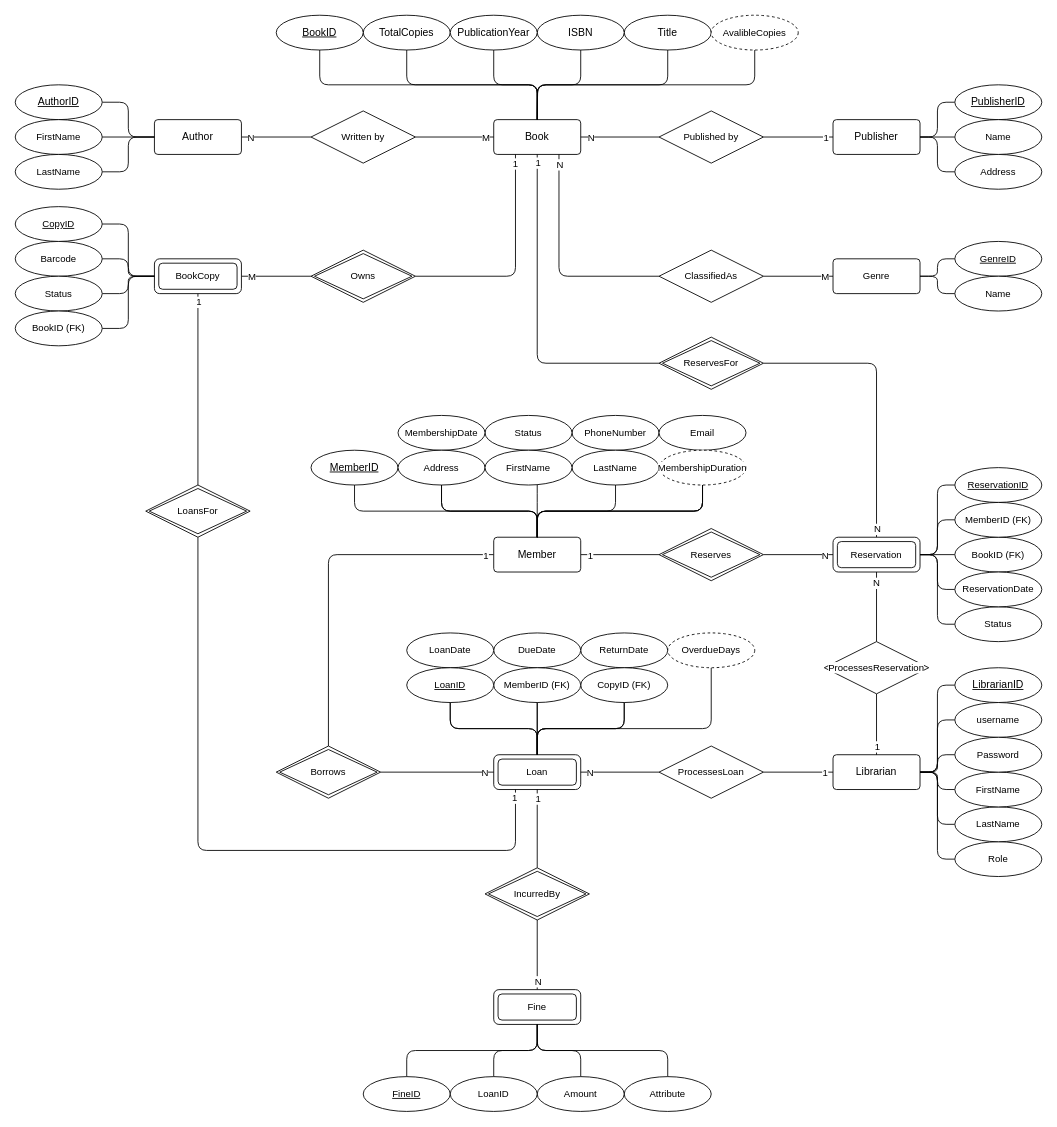
The draw.io diagram Library_ERD.drawio in smallpax/City_Library_DB, before the edit. Source tidied: cells renumbered, new cells numbered last; positions are measured from the earlier drawing's top-left corner, leaving out a move shared by most shapes. Both pictures are drawn from the tidied source at 87%, with x=0, y=0 at pixel (15, 15).
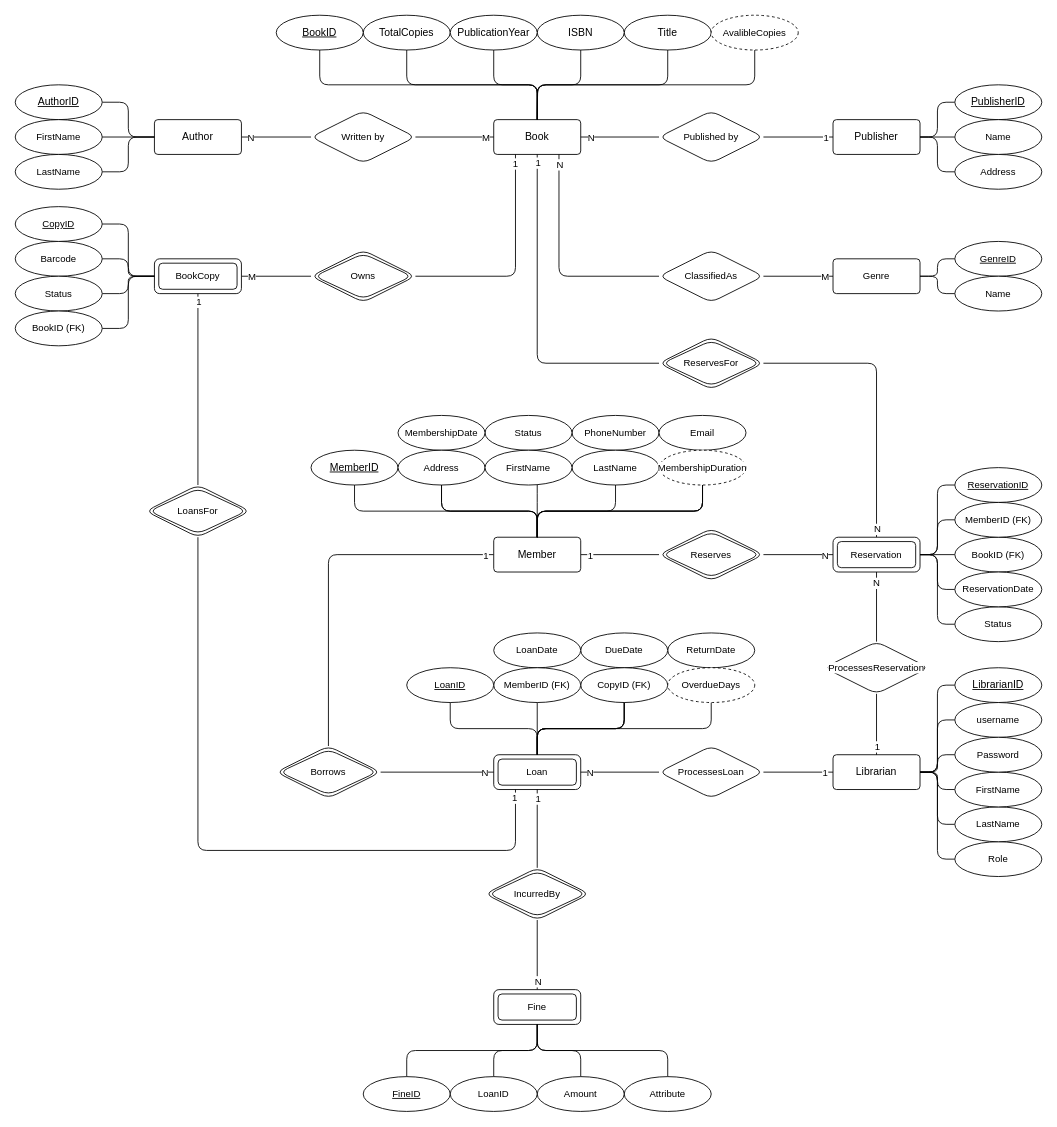
After the change.

The change refers to these unchanged cells:
```xml
<mxCell id="97" value="Loan" style="shape=ext;margin=3;double=1;whiteSpace=wrap;html=1;align=center;fontFamily=Helvetica;fontSize=11;fontColor=default;labelBackgroundColor=default;rounded=1;" parent="1" vertex="1">
  <mxGeometry x="550" y="850" width="100" height="40" as="geometry" />
</mxCell>
```

Diff of the diagram source:
```diff
@@
-    <mxCell id="63" value="Published by" style="shape=rhombus;perimeter=rhombusPerimeter;whiteSpace=wrap;html=1;align=center;fontFamily=Helvetica;fontSize=11;fontColor=default;labelBackgroundColor=default;" parent="1" vertex="1">
+    <mxCell id="63" value="Published by" style="shape=rhombus;perimeter=rhombusPerimeter;whiteSpace=wrap;html=1;align=center;fontFamily=Helvetica;fontSize=11;fontColor=default;labelBackgroundColor=default;rounded=1;" parent="1" vertex="1">
       <mxGeometry x="740" y="110" width="120" height="60" as="geometry" />
     </mxCell>
@@
-    <mxCell id="66" value="Written by" style="shape=rhombus;perimeter=rhombusPerimeter;whiteSpace=wrap;html=1;align=center;fontFamily=Helvetica;fontSize=11;fontColor=default;labelBackgroundColor=default;" parent="1" vertex="1">
+    <mxCell id="66" value="Written by" style="shape=rhombus;perimeter=rhombusPerimeter;whiteSpace=wrap;html=1;align=center;fontFamily=Helvetica;fontSize=11;fontColor=default;labelBackgroundColor=default;rounded=1;" parent="1" vertex="1">
       <mxGeometry x="340" y="110" width="120" height="60" as="geometry" />
     </mxCell>
@@
-    <mxCell id="77" value="ClassifiedAs" style="shape=rhombus;perimeter=rhombusPerimeter;whiteSpace=wrap;html=1;align=center;fontFamily=Helvetica;fontSize=11;fontColor=default;labelBackgroundColor=default;" parent="1" vertex="1">
+    <mxCell id="77" value="ClassifiedAs" style="shape=rhombus;perimeter=rhombusPerimeter;whiteSpace=wrap;html=1;align=center;fontFamily=Helvetica;fontSize=11;fontColor=default;labelBackgroundColor=default;rounded=1;" parent="1" vertex="1">
       <mxGeometry x="740" y="270" width="120" height="60" as="geometry" />
     </mxCell>
@@
-    <mxCell id="94" value="Owns" style="shape=rhombus;double=1;perimeter=rhombusPerimeter;whiteSpace=wrap;html=1;align=center;fontFamily=Helvetica;fontSize=11;fontColor=default;labelBackgroundColor=default;" parent="1" vertex="1">
+    <mxCell id="94" value="Owns" style="shape=rhombus;double=1;perimeter=rhombusPerimeter;whiteSpace=wrap;html=1;align=center;fontFamily=Helvetica;fontSize=11;fontColor=default;labelBackgroundColor=default;rounded=1;" parent="1" vertex="1">
       <mxGeometry x="340" y="270" width="120" height="60" as="geometry" />
     </mxCell>
@@
     <mxCell id="107" value="ReturnDate" style="ellipse;whiteSpace=wrap;html=1;align=center;fontFamily=Helvetica;fontSize=11;fontColor=default;labelBackgroundColor=default;" parent="1" vertex="1">
-      <mxGeometry x="650" y="710" width="100" height="40" as="geometry" />
+      <mxGeometry x="750" y="710" width="100" height="40" as="geometry" />
     </mxCell>
     <mxCell id="108" style="edgeStyle=orthogonalEdgeStyle;shape=connector;curved=0;rounded=1;html=1;entryX=0.5;entryY=0;entryDx=0;entryDy=0;strokeColor=default;align=center;verticalAlign=middle;fontFamily=Helvetica;fontSize=11;fontColor=default;labelBackgroundColor=default;endArrow=none;endFill=0;" parent="1" edge="1" source="109" target="97">
-      <mxGeometry relative="1" as="geometry" />
+      <mxGeometry relative="1" as="geometry">
+        <Array as="points">
+          <mxPoint x="700" y="820" />
+          <mxPoint x="600" y="820" />
+        </Array>
+      </mxGeometry>
     </mxCell>
     <mxCell id="109" value="DueDate" style="ellipse;whiteSpace=wrap;html=1;align=center;fontFamily=Helvetica;fontSize=11;fontColor=default;labelBackgroundColor=default;" parent="1" vertex="1">
-      <mxGeometry x="550" y="710" width="100" height="40" as="geometry" />
+      <mxGeometry x="650" y="710" width="100" height="40" as="geometry" />
     </mxCell>
-    <mxCell id="110" style="edgeStyle=orthogonalEdgeStyle;shape=connector;curved=0;rounded=1;html=1;entryX=0.5;entryY=0;entryDx=0;entryDy=0;strokeColor=default;align=center;verticalAlign=middle;fontFamily=Helvetica;fontSize=11;fontColor=default;labelBackgroundColor=default;endArrow=none;endFill=0;" parent="1" edge="1" source="111" target="97">
-      <mxGeometry relative="1" as="geometry">
-        <Array as="points">
-          <mxPoint x="500" y="820" />
-          <mxPoint x="600" y="820" />
-        </Array>
-      </mxGeometry>
-    </mxCell>
     <mxCell id="111" value="LoanDate" style="ellipse;whiteSpace=wrap;html=1;align=center;fontFamily=Helvetica;fontSize=11;fontColor=default;labelBackgroundColor=default;" parent="1" vertex="1">
-      <mxGeometry x="450" y="710" width="100" height="40" as="geometry" />
+      <mxGeometry x="550" y="710" width="100" height="40" as="geometry" />
     </mxCell>
@@
     <mxCell id="119" value="OverdueDays" style="ellipse;whiteSpace=wrap;html=1;align=center;dashed=1;fontFamily=Helvetica;fontSize=11;fontColor=default;labelBackgroundColor=default;" parent="1" vertex="1">
-      <mxGeometry x="750" y="710" width="100" height="40" as="geometry" />
+      <mxGeometry x="750" y="750" width="100" height="40" as="geometry" />
     </mxCell>
@@
-    <mxCell id="140" value="ReservesFor" style="shape=rhombus;double=1;perimeter=rhombusPerimeter;whiteSpace=wrap;html=1;align=center;fontFamily=Helvetica;fontSize=11;fontColor=default;labelBackgroundColor=default;" parent="1" vertex="1">
+    <mxCell id="140" value="ReservesFor" style="shape=rhombus;double=1;perimeter=rhombusPerimeter;whiteSpace=wrap;html=1;align=center;fontFamily=Helvetica;fontSize=11;fontColor=default;labelBackgroundColor=default;rounded=1;" parent="1" vertex="1">
       <mxGeometry x="740" y="370" width="120" height="60" as="geometry" />
     </mxCell>
@@
-    <mxCell id="145" value="ProcessesLoan" style="shape=rhombus;perimeter=rhombusPerimeter;whiteSpace=wrap;html=1;align=center;fontFamily=Helvetica;fontSize=11;fontColor=default;labelBackgroundColor=default;" parent="1" vertex="1">
+    <mxCell id="145" value="ProcessesLoan" style="shape=rhombus;perimeter=rhombusPerimeter;whiteSpace=wrap;html=1;align=center;fontFamily=Helvetica;fontSize=11;fontColor=default;labelBackgroundColor=default;rounded=1;" parent="1" vertex="1">
       <mxGeometry x="740" y="840" width="120" height="60" as="geometry" />
     </mxCell>
@@
-    <mxCell id="150" value="ProcessesReservation" style="shape=rhombus;perimeter=rhombusPerimeter;whiteSpace=wrap;html=1;align=center;fontFamily=Helvetica;fontSize=11;fontColor=default;labelBackgroundColor=default;" parent="1" vertex="1">
+    <mxCell id="150" value="ProcessesReservation" style="shape=rhombus;perimeter=rhombusPerimeter;whiteSpace=wrap;html=1;align=center;fontFamily=Helvetica;fontSize=11;fontColor=default;labelBackgroundColor=default;rounded=1;" parent="1" vertex="1">
       <mxGeometry x="930" y="720" width="120" height="60" as="geometry" />
     </mxCell>
@@
-    <mxCell id="153" value="Borrows" style="shape=rhombus;double=1;perimeter=rhombusPerimeter;whiteSpace=wrap;html=1;align=center;fontFamily=Helvetica;fontSize=11;fontColor=default;labelBackgroundColor=default;" parent="1" vertex="1">
+    <mxCell id="153" value="Borrows" style="shape=rhombus;double=1;perimeter=rhombusPerimeter;whiteSpace=wrap;html=1;align=center;fontFamily=Helvetica;fontSize=11;fontColor=default;labelBackgroundColor=default;rounded=1;" parent="1" vertex="1">
       <mxGeometry x="300" y="840" width="120" height="60" as="geometry" />
     </mxCell>
@@
-    <mxCell id="157" value="LoansFor" style="shape=rhombus;double=1;perimeter=rhombusPerimeter;whiteSpace=wrap;html=1;align=center;fontFamily=Helvetica;fontSize=11;fontColor=default;labelBackgroundColor=default;" parent="1" vertex="1">
+    <mxCell id="157" value="LoansFor" style="shape=rhombus;double=1;perimeter=rhombusPerimeter;whiteSpace=wrap;html=1;align=center;fontFamily=Helvetica;fontSize=11;fontColor=default;labelBackgroundColor=default;rounded=1;" parent="1" vertex="1">
       <mxGeometry x="150" y="540" width="120" height="60" as="geometry" />
     </mxCell>
-    <mxCell id="158" value="Reserves" style="shape=rhombus;double=1;perimeter=rhombusPerimeter;whiteSpace=wrap;html=1;align=center;fontFamily=Helvetica;fontSize=11;fontColor=default;labelBackgroundColor=default;" parent="1" vertex="1">
+    <mxCell id="158" value="Reserves" style="shape=rhombus;double=1;perimeter=rhombusPerimeter;whiteSpace=wrap;html=1;align=center;fontFamily=Helvetica;fontSize=11;fontColor=default;labelBackgroundColor=default;rounded=1;" parent="1" vertex="1">
       <mxGeometry x="740" y="590" width="120" height="60" as="geometry" />
     </mxCell>
@@
-    <mxCell id="161" value="IncurredBy" style="shape=rhombus;double=1;perimeter=rhombusPerimeter;whiteSpace=wrap;html=1;align=center;fontFamily=Helvetica;fontSize=11;fontColor=default;labelBackgroundColor=default;" parent="1" vertex="1">
+    <mxCell id="161" value="IncurredBy" style="shape=rhombus;double=1;perimeter=rhombusPerimeter;whiteSpace=wrap;html=1;align=center;fontFamily=Helvetica;fontSize=11;fontColor=default;labelBackgroundColor=default;rounded=1;" parent="1" vertex="1">
       <mxGeometry x="540" y="980" width="120" height="60" as="geometry" />
     </mxCell>
```
